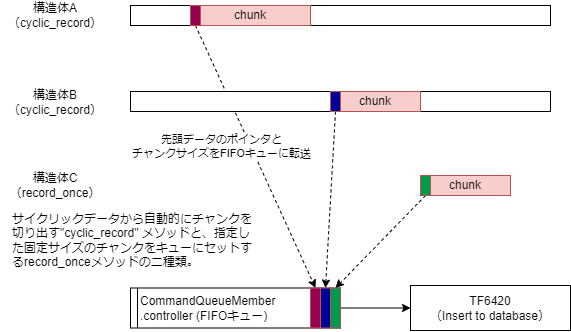
Before: source/influxdb/assets/tsdb_library_feature.png, a diagram exported from draw.io (ta-ichihashi/TwinCATHowTo). Source tidied: cells renumbered, new cells last; positions are measured from the earlier drawing's top-left corner, leaving out a move shared by most shapes.
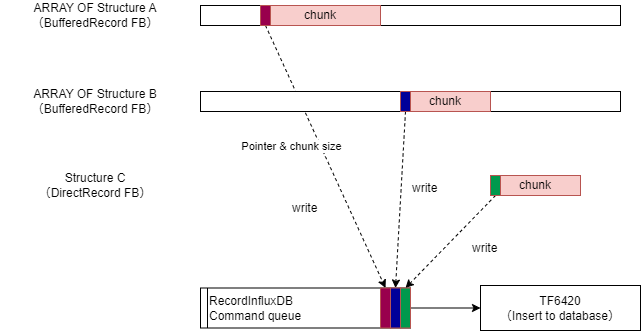
The same file after the commit.

Commit message:
Compatible with library version 1.0.1.0

The edit, as a diff of the source:
```diff
@@ -8,7 +8,7 @@
     <mxCell id="3" style="rounded=0;jettySize=auto;html=1;dashed=1;entryX=0.5;entryY=0;entryDx=0;entryDy=0;exitX=0.5;exitY=1;exitDx=0;exitDy=0;" parent="1" edge="1" source="6" target="16">
       <mxGeometry relative="1" as="geometry" />
     </mxCell>
-    <mxCell id="4" value="先頭データのポインタと&lt;br&gt;チャンクサイズをFIFOキューに転送" style="edgeLabel;html=1;align=center;verticalAlign=middle;" parent="3" vertex="1">
+    <mxCell id="4" value="Pointer &amp;amp; chunk size" style="edgeLabel;html=1;align=center;verticalAlign=middle;" parent="3" vertex="1">
       <mxGeometry x="0.13" y="1" relative="1" as="geometry">
         <mxPoint x="-43" y="-27" as="offset" />
       </mxGeometry>
@@ -19,7 +19,7 @@
     <mxCell id="6" style="rounded=0;whiteSpace=wrap;html=1;fillColor=#99004D;strokeColor=#b85450;" parent="1" vertex="1">
       <mxGeometry x="190" y="5" width="10" height="20" as="geometry" />
     </mxCell>
-    <mxCell id="7" value="CommandQueueMember&lt;br&gt;.controller (FIFOキュー)" style="shape=process;whiteSpace=wrap;html=1;backgroundOutline=1;size=0.034482758620689655;align=left;" parent="1" vertex="1">
+    <mxCell id="7" value="RecordInfluxDB&lt;br&gt;Command queue" style="shape=process;whiteSpace=wrap;html=1;backgroundOutline=1;size=0.034482758620689655;align=left;" parent="1" vertex="1">
       <mxGeometry x="130" y="287.5" width="210" height="40" as="geometry" />
     </mxCell>
     <mxCell id="8" style="rounded=0;whiteSpace=wrap;html=1;" parent="1" vertex="1">
@@ -58,17 +58,23 @@
     <mxCell id="19" value="TF6420&lt;br&gt;（Insert to database）" style="rounded=0;whiteSpace=wrap;html=1;" parent="1" vertex="1">
       <mxGeometry x="410" y="285" width="160" height="45" as="geometry" />
     </mxCell>
-    <mxCell id="20" value="構造体A&lt;br&gt;（cyclic_record）" style="text;html=1;strokeColor=none;fillColor=none;align=center;verticalAlign=middle;whiteSpace=wrap;rounded=0;" parent="1" vertex="1">
-      <mxGeometry width="110" height="30" as="geometry" />
+    <mxCell id="20" value="ARRAY OF Structure A&lt;br&gt;（BufferedRecord FB）" style="text;html=1;strokeColor=none;fillColor=none;align=center;verticalAlign=middle;whiteSpace=wrap;rounded=0;" parent="1" vertex="1">
+      <mxGeometry x="-60" width="170" height="30" as="geometry" />
     </mxCell>
-    <mxCell id="21" value="構造体B&lt;br&gt;（cyclic_record）" style="text;html=1;strokeColor=none;fillColor=none;align=center;verticalAlign=middle;whiteSpace=wrap;rounded=0;" parent="1" vertex="1">
-      <mxGeometry y="87" width="110" height="30" as="geometry" />
+    <mxCell id="21" value="ARRAY OF Structure B&lt;br&gt;（BufferedRecord&amp;nbsp;FB）" style="text;html=1;strokeColor=none;fillColor=none;align=center;verticalAlign=middle;whiteSpace=wrap;rounded=0;" parent="1" vertex="1">
+      <mxGeometry x="-70" y="86" width="190" height="30" as="geometry" />
     </mxCell>
-    <mxCell id="22" value="構造体C&lt;br&gt;（record_once）" style="text;html=1;strokeColor=none;fillColor=none;align=center;verticalAlign=middle;whiteSpace=wrap;rounded=0;" parent="1" vertex="1">
-      <mxGeometry y="170" width="110" height="30" as="geometry" />
+    <mxCell id="22" value="Structure C&lt;br&gt;（DirectRecord FB）" style="text;html=1;strokeColor=none;fillColor=none;align=center;verticalAlign=middle;whiteSpace=wrap;rounded=0;" parent="1" vertex="1">
+      <mxGeometry x="-40" y="170" width="130" height="30" as="geometry" />
     </mxCell>
-    <mxCell id="23" value="サイクリックデータから自動的にチャンクを切り出す&quot;cyclic_record&quot; メソッドと、指定した固定サイズのチャンクをキューにセットするrecord_onceメソッドの二種類。" style="text;html=1;strokeColor=none;fillColor=none;align=left;verticalAlign=middle;whiteSpace=wrap;rounded=0;" parent="1" vertex="1">
-      <mxGeometry x="10" y="200" width="250" height="80" as="geometry" />
+    <mxCell id="23" value="write" style="text;html=1;strokeColor=none;fillColor=none;align=left;verticalAlign=middle;whiteSpace=wrap;rounded=0;" parent="1" vertex="1">
+      <mxGeometry x="220" y="195" width="40" height="25" as="geometry" />
     </mxCell>
+    <mxCell id="24" value="write" style="text;html=1;strokeColor=none;fillColor=none;align=left;verticalAlign=middle;whiteSpace=wrap;rounded=0;" parent="1" vertex="1">
+      <mxGeometry x="340" y="175" width="40" height="25" as="geometry" />
+    </mxCell>
+    <mxCell id="25" value="write" style="text;html=1;strokeColor=none;fillColor=none;align=left;verticalAlign=middle;whiteSpace=wrap;rounded=0;" parent="1" vertex="1">
+      <mxGeometry x="400" y="235" width="40" height="25" as="geometry" />
+    </mxCell>
   </root>
 </mxGraphModel>
```
